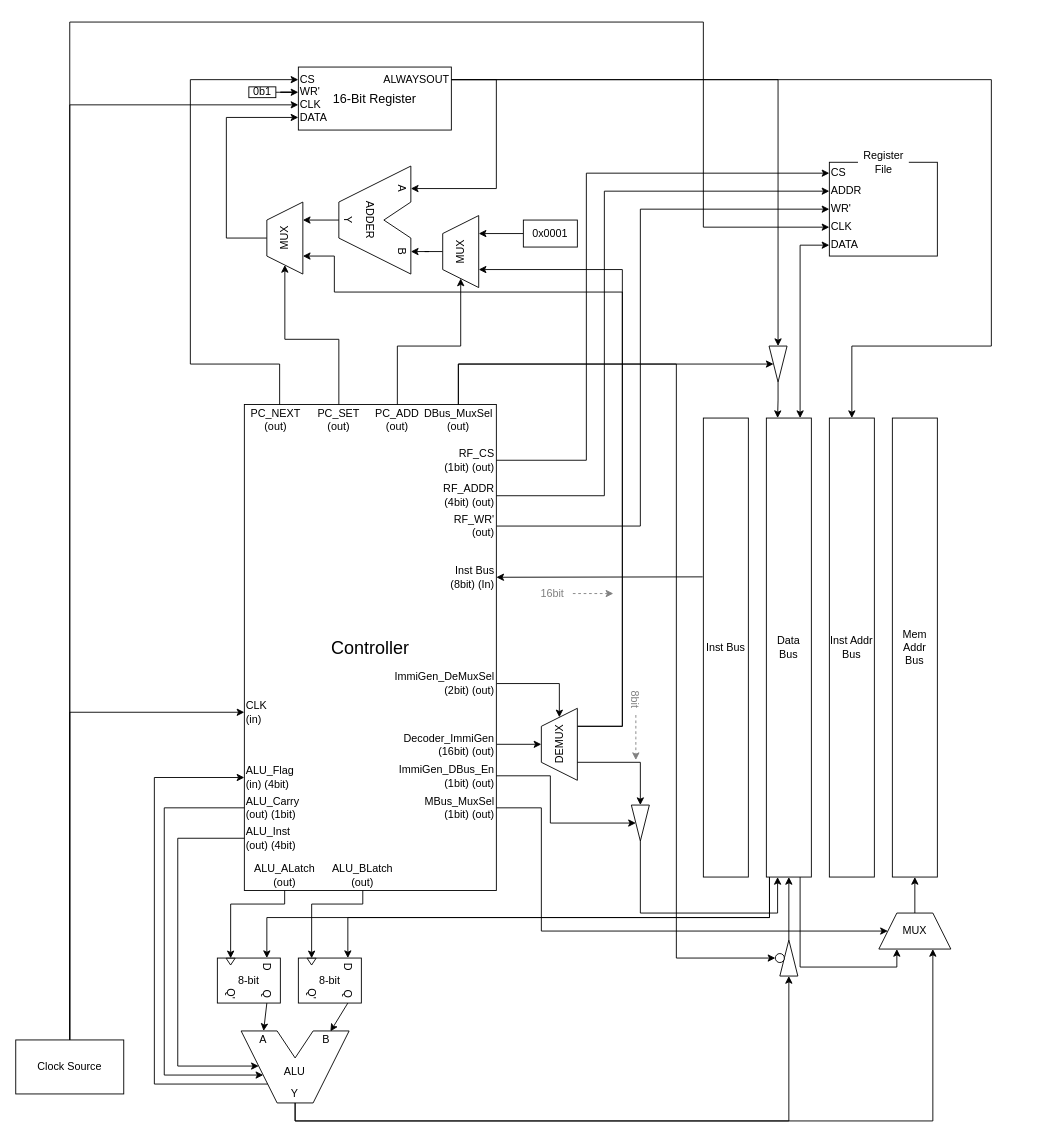
BeomjunKim-3p/wach keeps this draw.io diagram as wa824/docs/core/I/wa824I.drawio. Above is the earlier version. Source tidied: cells renumbered, new cells numbered last; positions are measured from the earlier drawing's top-left corner, leaving out a move shared by most shapes. Both pictures are drawn from the tidied source at 90%, with x=0, y=0 at pixel (15, 22).
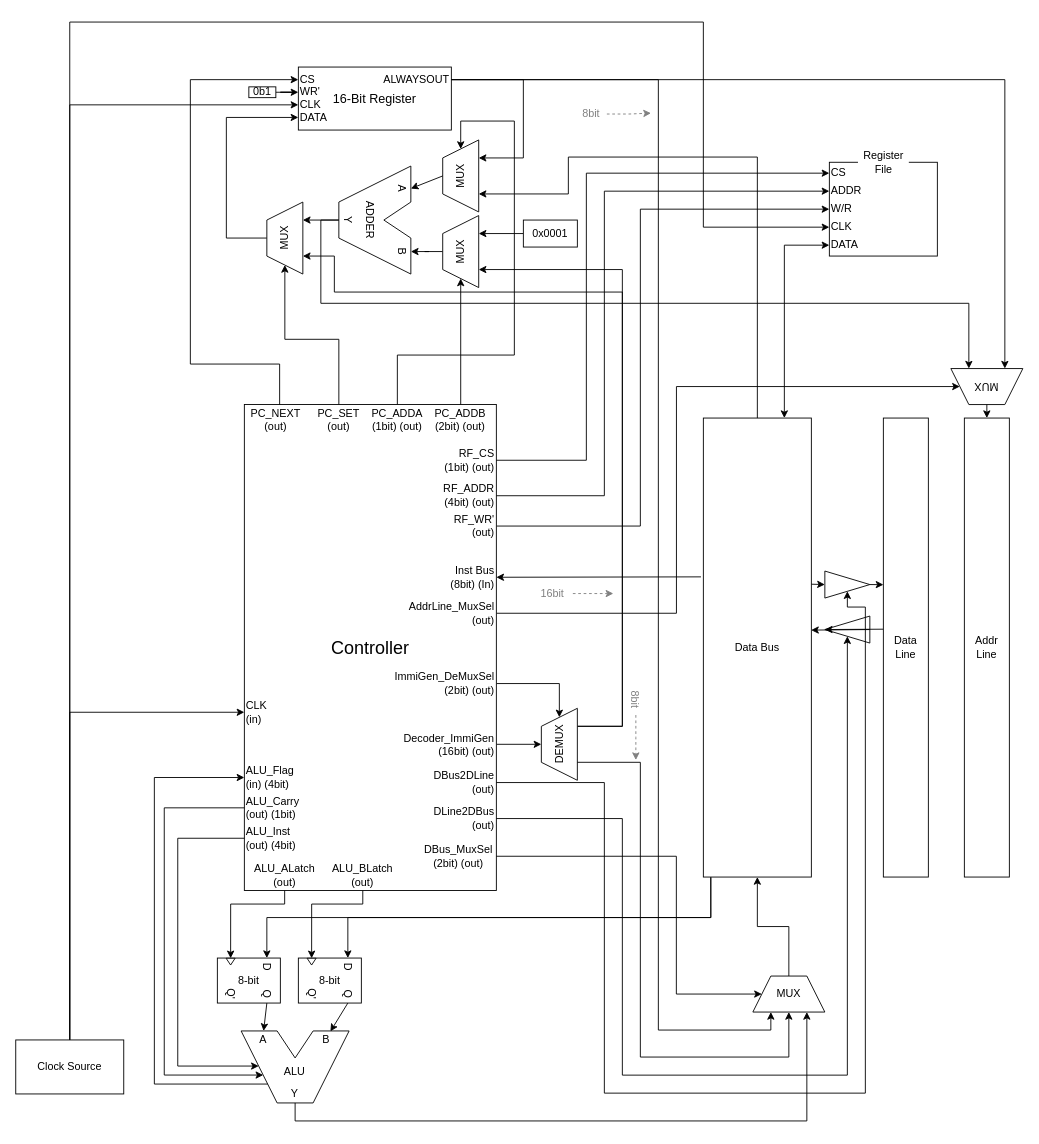
After the change.

The change refers to these unchanged cells:
```xml
<mxCell id="11" value="A" style="text;html=1;whiteSpace=wrap;strokeColor=none;fillColor=none;align=center;verticalAlign=middle;rounded=0;rotation=90;" parent="2" vertex="1">
  <mxGeometry x="70" y="-5" width="40" height="20" as="geometry" />
</mxCell>
<mxCell id="13" value="Y" style="text;html=1;whiteSpace=wrap;strokeColor=none;fillColor=none;align=center;verticalAlign=middle;rounded=0;rotation=90;" parent="2" vertex="1">
  <mxGeometry x="10" y="30" width="40" height="20" as="geometry" />
</mxCell>
<mxCell id="30" value="Inst Bus&lt;br&gt;&lt;div&gt;(8bit) (In)&lt;/div&gt;" style="text;html=1;whiteSpace=wrap;strokeColor=none;fillColor=none;align=right;verticalAlign=middle;rounded=0;" parent="1" vertex="1">
  <mxGeometry x="466.8" y="600" width="67.2" height="33.8" as="geometry" />
</mxCell>
<mxCell id="45" style="group;" parent="1" vertex="1">
  <mxGeometry x="904" y="150" width="120" height="110" as="geometry" />
</mxCell>
<mxCell id="48" value="DATA" style="text;html=1;whiteSpace=wrap;strokeColor=none;fillColor=none;align=left;verticalAlign=middle;rounded=0;" parent="45" vertex="1">
  <mxGeometry y="87.9" width="30" height="20" as="geometry" />
</mxCell>
<mxCell id="60" value="ALWAYSOUT" style="text;html=1;whiteSpace=wrap;strokeColor=none;fillColor=none;align=right;verticalAlign=middle;rounded=0;" parent="54" vertex="1">
  <mxGeometry x="80" y="9" width="90" height="10" as="geometry" />
</mxCell>
<mxCell id="72" value="Y" style="text;html=1;whiteSpace=wrap;strokeColor=none;fillColor=none;align=center;verticalAlign=middle;rounded=0;" parent="61" vertex="1">
  <mxGeometry x="40" y="60" width="40" height="20" as="geometry" />
</mxCell>
<mxCell id="99" value="DEMUX" style="shape=trapezoid;perimeter=trapezoidPerimeter;whiteSpace=wrap;html=1;fixedSize=1;rotation=-90;" parent="1" vertex="1">
  <mxGeometry x="564" y="782.5" width="80" height="40" as="geometry" />
</mxCell>
```

Change to the diagram source:
```diff
@@
-    <mxCell id="14" style="edgeStyle=orthogonalEdgeStyle;rounded=0;jettySize=auto;html=1;entryX=0.5;entryY=0;entryDx=0;entryDy=0;exitX=1;exitY=0.5;exitDx=0;exitDy=0;" parent="1" edge="1" source="60" target="11">
+    <mxCell id="14" style="edgeStyle=orthogonalEdgeStyle;rounded=0;jettySize=auto;html=1;entryX=0.75;entryY=1;entryDx=0;entryDy=0;exitX=1;exitY=0.5;exitDx=0;exitDy=0;" parent="1" edge="1" source="60" target="143">
       <mxGeometry relative="1" as="geometry">
         <Array as="points">
-          <mxPoint x="534" y="64" />
-          <mxPoint x="534" y="185" />
+          <mxPoint x="564" y="64" />
+          <mxPoint x="564" y="151" />
         </Array>
       </mxGeometry>
     </mxCell>
@@
-    <mxCell id="36" style="edgeStyle=orthogonalEdgeStyle;rounded=0;jettySize=auto;html=1;exitX=0.5;exitY=1;exitDx=0;exitDy=0;startArrow=classic;startFill=1;endArrow=none;endFill=0;entryX=0.5;entryY=0;entryDx=0;entryDy=0;" parent="1" edge="1" source="86" target="37">
-      <mxGeometry relative="1" as="geometry" />
-    </mxCell>
-    <mxCell id="37" value="DBus_MuxSel&lt;div&gt;(out)&lt;/div&gt;" style="text;html=1;whiteSpace=wrap;strokeColor=none;fillColor=none;align=center;verticalAlign=middle;rounded=0;" parent="1" vertex="1">
-      <mxGeometry x="449.6" y="425" width="84.4" height="33.8" as="geometry" />
+    <mxCell id="37" value="DBus_MuxSel&lt;div&gt;(2bit) (out)&lt;/div&gt;" style="text;html=1;whiteSpace=wrap;strokeColor=none;fillColor=none;align=center;verticalAlign=middle;rounded=0;" parent="1" vertex="1">
+      <mxGeometry x="449.6" y="910" width="84.4" height="33.8" as="geometry" />
     </mxCell>
-    <mxCell id="38" style="rounded=0;jettySize=auto;html=1;exitX=-0.014;exitY=0.346;exitDx=0;exitDy=0;entryX=1;entryY=0.5;entryDx=0;entryDy=0;exitPerimeter=0;" parent="1" edge="1" source="39" target="30">
+    <mxCell id="38" style="rounded=0;jettySize=auto;html=1;entryX=1;entryY=0.5;entryDx=0;entryDy=0;exitX=-0.022;exitY=0.346;exitDx=0;exitDy=0;exitPerimeter=0;" parent="1" edge="1" source="41" target="30">
       <mxGeometry relative="1" as="geometry" />
     </mxCell>
-    <mxCell id="39" value="Inst Bus" style="rounded=0;whiteSpace=wrap;html=1;" parent="1" vertex="1">
-      <mxGeometry x="764" y="440" width="50" height="510" as="geometry" />
-    </mxCell>
-    <mxCell id="40" style="edgeStyle=orthogonalEdgeStyle;rounded=0;jettySize=auto;html=1;entryX=0.25;entryY=1;entryDx=0;entryDy=0;exitX=0.75;exitY=1;exitDx=0;exitDy=0;" parent="1" edge="1" source="41" target="81">
-      <mxGeometry relative="1" as="geometry" />
-    </mxCell>
     <mxCell id="41" value="Data Bus" style="rounded=0;whiteSpace=wrap;html=1;" parent="1" vertex="1">
-      <mxGeometry x="834" y="440" width="50" height="510" as="geometry" />
+      <mxGeometry x="764" y="440" width="120" height="510" as="geometry" />
     </mxCell>
-    <mxCell id="42" value="Inst Addr Bus" style="rounded=0;whiteSpace=wrap;html=1;" parent="1" vertex="1">
-      <mxGeometry x="904" y="440" width="50" height="510" as="geometry" />
+    <mxCell id="42" value="Addr&lt;div&gt;Line&lt;/div&gt;" style="rounded=0;whiteSpace=wrap;html=1;" parent="1" vertex="1">
+      <mxGeometry x="1054" y="440" width="50" height="510" as="geometry" />
     </mxCell>
-    <mxCell id="43" value="Mem Addr Bus" style="rounded=0;whiteSpace=wrap;html=1;" parent="1" vertex="1">
-      <mxGeometry x="974" y="440" width="50" height="510" as="geometry" />
-    </mxCell>
-    <mxCell id="44" style="edgeStyle=orthogonalEdgeStyle;rounded=0;jettySize=auto;html=1;entryX=0.75;entryY=0;entryDx=0;entryDy=0;startArrow=classic;startFill=1;" parent="1" edge="1" source="48" target="41">
+    <mxCell id="44" style="edgeStyle=orthogonalEdgeStyle;rounded=0;jettySize=auto;html=1;startArrow=classic;startFill=1;entryX=0.75;entryY=0;entryDx=0;entryDy=0;" parent="1" edge="1" source="48" target="41">
       <mxGeometry relative="1" as="geometry" />
     </mxCell>
@@
-    <mxCell id="50" value="WR'" style="text;html=1;whiteSpace=wrap;strokeColor=none;fillColor=none;align=left;verticalAlign=middle;rounded=0;" parent="45" vertex="1">
+    <mxCell id="50" value="W/&lt;span style=&quot;background-color: transparent; color: light-dark(rgb(0, 0, 0), rgb(255, 255, 255));&quot;&gt;R&lt;/span&gt;" style="text;html=1;whiteSpace=wrap;strokeColor=none;fillColor=none;align=left;verticalAlign=middle;rounded=0;" parent="45" vertex="1">
       <mxGeometry y="47.9" width="50" height="20" as="geometry" />
     </mxCell>
@@
-    <mxCell id="53" style="edgeStyle=orthogonalEdgeStyle;rounded=0;jettySize=auto;html=1;entryX=0.5;entryY=0;entryDx=0;entryDy=0;" parent="1" edge="1" source="60" target="42">
-      <mxGeometry relative="1" as="geometry">
-        <Array as="points">
-          <mxPoint x="1084" y="64" />
-          <mxPoint x="1084" y="360" />
-          <mxPoint x="929" y="360" />
-        </Array>
-      </mxGeometry>
-    </mxCell>
@@
-    <mxCell id="80" style="edgeStyle=orthogonalEdgeStyle;rounded=0;jettySize=auto;html=1;" parent="1" edge="1" source="81" target="43">
-      <mxGeometry relative="1" as="geometry" />
-    </mxCell>
-    <mxCell id="81" value="MUX" style="shape=trapezoid;perimeter=trapezoidPerimeter;whiteSpace=wrap;html=1;fixedSize=1;" parent="1" vertex="1">
-      <mxGeometry x="959" y="990" width="80" height="40" as="geometry" />
-    </mxCell>
-    <mxCell id="82" style="edgeStyle=orthogonalEdgeStyle;rounded=0;jettySize=auto;html=1;exitX=0.5;exitY=1;exitDx=0;exitDy=0;entryX=0.75;entryY=1;entryDx=0;entryDy=0;" parent="1" edge="1" source="72" target="81">
-      <mxGeometry relative="1" as="geometry" />
-    </mxCell>
-    <mxCell id="83" style="edgeStyle=orthogonalEdgeStyle;rounded=0;jettySize=auto;html=1;entryX=0;entryY=0.5;entryDx=0;entryDy=0;" parent="1" edge="1" source="84" target="81">
-      <mxGeometry relative="1" as="geometry">
-        <Array as="points">
-          <mxPoint x="584" y="873.3" />
-          <mxPoint x="584" y="1010" />
-        </Array>
-      </mxGeometry>
-    </mxCell>
-    <mxCell id="84" value="MBus_MuxSel&lt;div&gt;(1bit) (out)&lt;/div&gt;" style="text;html=1;whiteSpace=wrap;strokeColor=none;fillColor=none;align=right;verticalAlign=middle;rounded=0;" parent="1" vertex="1">
-      <mxGeometry x="444" y="856.2" width="90" height="33.8" as="geometry" />
-    </mxCell>
-    <mxCell id="85" style="edgeStyle=orthogonalEdgeStyle;rounded=0;jettySize=auto;html=1;entryX=0.25;entryY=0;entryDx=0;entryDy=0;" parent="1" edge="1" source="86" target="41">
-      <mxGeometry relative="1" as="geometry" />
-    </mxCell>
-    <mxCell id="86" style="triangle;whiteSpace=wrap;html=1;rotation=90;" parent="1" vertex="1">
-      <mxGeometry x="827" y="370" width="40" height="20" as="geometry" />
-    </mxCell>
-    <mxCell id="87" style="edgeStyle=orthogonalEdgeStyle;jettySize=auto;html=1;rounded=0;exitX=1;exitY=0.5;exitDx=0;exitDy=0;entryX=0;entryY=0.5;entryDx=0;entryDy=0;" parent="1" edge="1" source="60" target="86">
-      <mxGeometry relative="1" as="geometry" />
+    <mxCell id="87" style="edgeStyle=orthogonalEdgeStyle;jettySize=auto;html=1;rounded=0;exitX=1;exitY=0.5;exitDx=0;exitDy=0;entryX=0.25;entryY=1;entryDx=0;entryDy=0;" parent="1" edge="1" source="60" target="81">
+      <mxGeometry relative="1" as="geometry">
+        <Array as="points">
+          <mxPoint x="714" y="64" />
+          <mxPoint x="714" y="1120" />
+          <mxPoint x="839" y="1120" />
+        </Array>
+      </mxGeometry>
     </mxCell>
-    <mxCell id="88" style="edgeStyle=orthogonalEdgeStyle;rounded=0;jettySize=auto;html=1;entryX=0.5;entryY=1;entryDx=0;entryDy=0;exitX=1;exitY=0.5;exitDx=0;exitDy=0;" parent="1" edge="1" source="92" target="41">
+    <mxCell id="88" style="edgeStyle=orthogonalEdgeStyle;rounded=0;jettySize=auto;html=1;entryX=0.5;entryY=1;entryDx=0;entryDy=0;exitX=0.5;exitY=0;exitDx=0;exitDy=0;" parent="1" edge="1" source="81" target="41">
       <mxGeometry relative="1" as="geometry" />
     </mxCell>
-    <mxCell id="89" style="edgeStyle=orthogonalEdgeStyle;jettySize=auto;html=1;rounded=0;exitX=0.5;exitY=1;exitDx=0;exitDy=0;entryX=0;entryY=0.5;entryDx=0;entryDy=0;" parent="1" edge="1" source="72" target="92">
+    <mxCell id="89" style="edgeStyle=orthogonalEdgeStyle;jettySize=auto;html=1;rounded=0;exitX=0.5;exitY=1;exitDx=0;exitDy=0;entryX=0.75;entryY=1;entryDx=0;entryDy=0;" parent="1" edge="1" source="72" target="81">
       <mxGeometry relative="1" as="geometry" />
     </mxCell>
-    <mxCell id="90" style="edgeStyle=orthogonalEdgeStyle;jettySize=auto;html=1;rounded=0;exitX=0.5;exitY=0;exitDx=0;exitDy=0;" parent="1" edge="1" source="37" target="93">
+    <mxCell id="90" style="edgeStyle=orthogonalEdgeStyle;jettySize=auto;html=1;rounded=0;exitX=1;exitY=0.5;exitDx=0;exitDy=0;entryX=0;entryY=0.5;entryDx=0;entryDy=0;" parent="1" edge="1" source="37" target="81">
       <mxGeometry relative="1" as="geometry">
         <Array as="points">
-          <mxPoint x="491.8" y="380" />
-          <mxPoint x="734" y="380" />
-          <mxPoint x="734" y="1040" />
+          <mxPoint x="734" y="926.9" />
+          <mxPoint x="734" y="1080" />
         </Array>
       </mxGeometry>
     </mxCell>
-    <mxCell id="91" style="group;" parent="1" vertex="1">
-      <mxGeometry x="839" y="1030" width="40" height="20" as="geometry" />
-    </mxCell>
-    <mxCell id="92" style="triangle;whiteSpace=wrap;html=1;rotation=270;" parent="91" vertex="1">
-      <mxGeometry width="40" height="20" as="geometry" />
-    </mxCell>
-    <mxCell id="93" style="ellipse;whiteSpace=wrap;html=1;" parent="91" vertex="1">
-      <mxGeometry x="5" y="5" width="10" height="10" as="geometry" />
-    </mxCell>
@@
-    <mxCell id="105" value="PC_ADD&lt;div&gt;(out)&lt;/div&gt;" style="text;html=1;whiteSpace=wrap;strokeColor=none;fillColor=none;align=center;verticalAlign=middle;rounded=0;" parent="1" vertex="1">
-      <mxGeometry x="394" y="425" width="60" height="33.8" as="geometry" />
+    <mxCell id="105" value="PC_ADDB&lt;div&gt;&lt;div&gt;(2bit) (out)&lt;/div&gt;&lt;/div&gt;" style="text;html=1;whiteSpace=wrap;strokeColor=none;fillColor=none;align=center;verticalAlign=middle;rounded=0;" parent="1" vertex="1">
+      <mxGeometry x="464.4" y="425" width="60" height="33.8" as="geometry" />
     </mxCell>
-    <mxCell id="106" style="edgeStyle=orthogonalEdgeStyle;jettySize=auto;html=1;rounded=0;elbow=vertical;exitX=0.25;exitY=1;exitDx=0;exitDy=0;entryX=0;entryY=0.5;entryDx=0;entryDy=0;" parent="1" edge="1" source="99" target="110">
-      <mxGeometry relative="1" as="geometry" />
+    <mxCell id="106" style="edgeStyle=orthogonalEdgeStyle;jettySize=auto;html=1;rounded=0;elbow=vertical;exitX=0.25;exitY=1;exitDx=0;exitDy=0;entryX=0.5;entryY=1;entryDx=0;entryDy=0;" parent="1" edge="1" source="99" target="81">
+      <mxGeometry relative="1" as="geometry">
+        <Array as="points">
+          <mxPoint x="694" y="822.5" />
+          <mxPoint x="694" y="1150" />
+          <mxPoint x="859" y="1150" />
+        </Array>
+      </mxGeometry>
     </mxCell>
-    <mxCell id="107" style="edgeStyle=orthogonalEdgeStyle;rounded=0;jettySize=auto;html=1;entryX=0.5;entryY=1;entryDx=0;entryDy=0;" parent="1" edge="1" source="108" target="110">
-      <mxGeometry relative="1" as="geometry">
-        <Array as="points">
-          <mxPoint x="594" y="837.5" />
-          <mxPoint x="594" y="890" />
-        </Array>
-      </mxGeometry>
-    </mxCell>
-    <mxCell id="108" value="ImmiGen_DBus_En&lt;div&gt;(1bit) (out)&lt;/div&gt;" style="text;html=1;whiteSpace=wrap;strokeColor=none;fillColor=none;align=right;verticalAlign=middle;rounded=0;" parent="1" vertex="1">
-      <mxGeometry x="413.6" y="819.4" width="120.4" height="36.2" as="geometry" />
-    </mxCell>
-    <mxCell id="109" style="edgeStyle=orthogonalEdgeStyle;rounded=0;jettySize=auto;html=1;entryX=0.25;entryY=1;entryDx=0;entryDy=0;exitX=1;exitY=0.5;exitDx=0;exitDy=0;" parent="1" edge="1" source="110" target="41">
-      <mxGeometry relative="1" as="geometry">
-        <Array as="points">
-          <mxPoint x="694" y="990" />
-          <mxPoint x="846.5" y="990" />
-        </Array>
-      </mxGeometry>
-    </mxCell>
-    <mxCell id="110" style="triangle;whiteSpace=wrap;html=1;direction=south;" parent="1" vertex="1">
-      <mxGeometry x="684" y="870" width="20" height="40" as="geometry" />
-    </mxCell>
@@
+    <mxCell id="81" value="MUX" style="shape=trapezoid;perimeter=trapezoidPerimeter;whiteSpace=wrap;html=1;fixedSize=1;" parent="1" vertex="1">
+      <mxGeometry x="819" y="1060" width="80" height="40" as="geometry" />
+    </mxCell>
+    <mxCell id="140" style="group;rotation=270;" parent="1" vertex="1">
+      <mxGeometry x="647.8" y="60.2" width="35" height="82.5" as="geometry" />
+    </mxCell>
+    <mxCell id="141" style="edgeStyle=orthogonalEdgeStyle;rounded=0;jettySize=auto;html=1;fontColor=#808080;strokeColor=light-dark(#808080, #ededed);dashed=1;" parent="140" edge="1" source="142">
+      <mxGeometry relative="1" as="geometry">
+        <mxPoint x="58" y="41" as="targetPoint" />
+      </mxGeometry>
+    </mxCell>
+    <mxCell id="142" value="8bit" style="text;html=1;whiteSpace=wrap;strokeColor=none;fillColor=none;align=center;verticalAlign=middle;rounded=0;fontColor=#808080;rotation=360;" parent="140" vertex="1">
+      <mxGeometry x="-26" y="27" width="35" height="30" as="geometry" />
+    </mxCell>
+    <mxCell id="143" value="MUX" style="shape=trapezoid;perimeter=trapezoidPerimeter;whiteSpace=wrap;html=1;fixedSize=1;rotation=-90;" parent="1" vertex="1">
+      <mxGeometry x="454.4" y="151" width="80" height="40" as="geometry" />
+    </mxCell>
+    <mxCell id="144" style="edgeStyle=none;jettySize=auto;html=1;rounded=0;entryX=0.5;entryY=0;entryDx=0;entryDy=0;exitX=0.5;exitY=0;exitDx=0;exitDy=0;" parent="1" edge="1" source="143" target="11">
+      <mxGeometry relative="1" as="geometry" />
+    </mxCell>
+    <mxCell id="145" value="PC_ADDA&lt;div&gt;&lt;div&gt;(1&lt;span style=&quot;background-color: transparent; color: light-dark(rgb(0, 0, 0), rgb(255, 255, 255));&quot;&gt;bit) (out)&lt;/span&gt;&lt;/div&gt;&lt;/div&gt;" style="text;html=1;whiteSpace=wrap;strokeColor=none;fillColor=none;align=center;verticalAlign=middle;rounded=0;" parent="1" vertex="1">
+      <mxGeometry x="394" y="425" width="60" height="33.8" as="geometry" />
+    </mxCell>
+    <mxCell id="146" style="edgeStyle=orthogonalEdgeStyle;jettySize=auto;html=1;rounded=0;entryX=1;entryY=0.5;entryDx=0;entryDy=0;exitX=0.5;exitY=0;exitDx=0;exitDy=0;" parent="1" edge="1" source="145" target="143">
+      <mxGeometry relative="1" as="geometry">
+        <Array as="points">
+          <mxPoint x="424" y="370" />
+          <mxPoint x="554" y="370" />
+          <mxPoint x="554" y="110" />
+          <mxPoint x="494.4" y="110" />
+        </Array>
+      </mxGeometry>
+    </mxCell>
+    <mxCell id="147" style="edgeStyle=orthogonalEdgeStyle;jettySize=auto;html=1;rounded=0;exitX=0.5;exitY=1;exitDx=0;exitDy=0;entryX=0.75;entryY=1;entryDx=0;entryDy=0;" parent="1" edge="1" source="13" target="148">
+      <mxGeometry relative="1" as="geometry" />
+    </mxCell>
+    <mxCell id="148" value="MUX" style="shape=trapezoid;perimeter=trapezoidPerimeter;whiteSpace=wrap;html=1;fixedSize=1;rotation=180;" parent="1" vertex="1">
+      <mxGeometry x="1039" y="385" width="80" height="40" as="geometry" />
+    </mxCell>
+    <mxCell id="149" style="edgeStyle=orthogonalEdgeStyle;jettySize=auto;html=1;rounded=0;exitX=1;exitY=0.5;exitDx=0;exitDy=0;entryX=0.25;entryY=1;entryDx=0;entryDy=0;" parent="1" edge="1" source="60" target="148">
+      <mxGeometry relative="1" as="geometry" />
+    </mxCell>
+    <mxCell id="150" style="edgeStyle=none;jettySize=auto;html=1;rounded=0;entryX=0.5;entryY=0;entryDx=0;entryDy=0;exitX=0.5;exitY=0;exitDx=0;exitDy=0;" parent="1" edge="1" source="148" target="42">
+      <mxGeometry relative="1" as="geometry" />
+    </mxCell>
+    <mxCell id="151" value="Data&lt;br&gt;Line" style="rounded=0;whiteSpace=wrap;html=1;" parent="1" vertex="1">
+      <mxGeometry x="964" y="440" width="50" height="510" as="geometry" />
+    </mxCell>
+    <mxCell id="152" style="triangle;whiteSpace=wrap;html=1;shapeInside=1;" parent="1" vertex="1">
+      <mxGeometry x="899" y="610" width="50" height="30" as="geometry" />
+    </mxCell>
+    <mxCell id="153" style="triangle;whiteSpace=wrap;html=1;shapeInside=1;flipH=1;legacyAnchorPoints=0;" parent="1" vertex="1">
+      <mxGeometry x="899" y="660" width="50" height="30" as="geometry" />
+    </mxCell>
+    <mxCell id="154" style="edgeStyle=none;jettySize=auto;html=1;rounded=0;entryX=0;entryY=0.5;entryDx=0;entryDy=0;exitX=1.001;exitY=0.362;exitDx=0;exitDy=0;exitPerimeter=0;" parent="1" edge="1" source="41" target="152">
+      <mxGeometry relative="1" as="geometry" />
+    </mxCell>
+    <mxCell id="155" style="edgeStyle=none;jettySize=auto;html=1;rounded=0;entryX=0.002;entryY=0.363;entryDx=0;entryDy=0;exitX=1;exitY=0.5;exitDx=0;exitDy=0;entryPerimeter=0;" parent="1" edge="1" source="152" target="151">
+      <mxGeometry relative="1" as="geometry" />
+    </mxCell>
+    <mxCell id="156" style="edgeStyle=none;jettySize=auto;html=1;rounded=0;entryX=0.998;entryY=0.462;entryDx=0;entryDy=0;exitX=1;exitY=0.5;exitDx=0;exitDy=0;entryPerimeter=0;" parent="1" edge="1" source="153" target="41">
+      <mxGeometry relative="1" as="geometry" />
+    </mxCell>
+    <mxCell id="157" style="edgeStyle=none;jettySize=auto;html=1;rounded=0;entryX=0;entryY=0.5;entryDx=0;entryDy=0;exitX=-0.003;exitY=0.46;exitDx=0;exitDy=0;exitPerimeter=0;" parent="1" edge="1" source="151" target="153">
+      <mxGeometry relative="1" as="geometry" />
+    </mxCell>
+    <mxCell id="158" value="DBus2DLine&lt;div&gt;(out)&lt;/div&gt;" style="text;html=1;whiteSpace=wrap;strokeColor=none;fillColor=none;align=right;verticalAlign=middle;rounded=0;" parent="1" vertex="1">
+      <mxGeometry x="454" y="830" width="80" height="30" as="geometry" />
+    </mxCell>
+    <mxCell id="159" value="DLine&lt;span style=&quot;background-color: transparent; color: light-dark(rgb(0, 0, 0), rgb(255, 255, 255));&quot;&gt;2DBus&lt;/span&gt;&lt;div&gt;&lt;div&gt;(out)&lt;/div&gt;&lt;/div&gt;" style="text;html=1;whiteSpace=wrap;strokeColor=none;fillColor=none;align=right;verticalAlign=middle;rounded=0;" parent="1" vertex="1">
+      <mxGeometry x="454" y="870" width="80" height="30" as="geometry" />
+    </mxCell>
+    <mxCell id="160" style="edgeStyle=orthogonalEdgeStyle;jettySize=auto;html=1;rounded=0;exitX=1;exitY=0.5;exitDx=0;exitDy=0;entryX=0.5;entryY=1;entryDx=0;entryDy=0;" parent="1" edge="1" source="158" target="152">
+      <mxGeometry relative="1" as="geometry">
+        <Array as="points">
+          <mxPoint x="654" y="845" />
+          <mxPoint x="654" y="1190.1" />
+          <mxPoint x="944" y="1190.1" />
+          <mxPoint x="944" y="650" />
+          <mxPoint x="924" y="650" />
+        </Array>
+      </mxGeometry>
+    </mxCell>
+    <mxCell id="161" style="edgeStyle=orthogonalEdgeStyle;jettySize=auto;html=1;rounded=0;exitX=1;exitY=0.5;exitDx=0;exitDy=0;entryX=0.5;entryY=1;entryDx=0;entryDy=0;" parent="1" edge="1" source="159" target="153">
+      <mxGeometry relative="1" as="geometry">
+        <Array as="points">
+          <mxPoint x="674" y="885" />
+          <mxPoint x="674" y="1170.1" />
+          <mxPoint x="924" y="1170.1" />
+        </Array>
+      </mxGeometry>
+    </mxCell>
+    <mxCell id="162" style="edgeStyle=orthogonalEdgeStyle;jettySize=auto;html=1;rounded=0;entryX=0.25;entryY=1;entryDx=0;entryDy=0;exitX=0.5;exitY=0;exitDx=0;exitDy=0;" parent="1" edge="1" source="41" target="143">
+      <mxGeometry relative="1" as="geometry">
+        <Array as="points">
+          <mxPoint x="824" y="150" />
+          <mxPoint x="614" y="150" />
+          <mxPoint x="614" y="191" />
+        </Array>
+      </mxGeometry>
+    </mxCell>
+    <mxCell id="163" value="AddrLine_MuxSel&lt;div&gt;(out)&lt;/div&gt;" style="text;html=1;whiteSpace=wrap;strokeColor=none;fillColor=none;align=right;verticalAlign=middle;rounded=0;" parent="1" vertex="1">
+      <mxGeometry x="414" y="640" width="120.4" height="33.8" as="geometry" />
+    </mxCell>
+    <mxCell id="164" style="edgeStyle=orthogonalEdgeStyle;jettySize=auto;html=1;rounded=0;exitX=1;exitY=0.5;exitDx=0;exitDy=0;entryX=1;entryY=0.5;entryDx=0;entryDy=0;" parent="1" edge="1" source="163" target="148">
+      <mxGeometry relative="1" as="geometry">
+        <Array as="points">
+          <mxPoint x="734.1" y="656.9" />
+          <mxPoint x="734.1" y="405.1" />
+        </Array>
+      </mxGeometry>
+    </mxCell>
```
